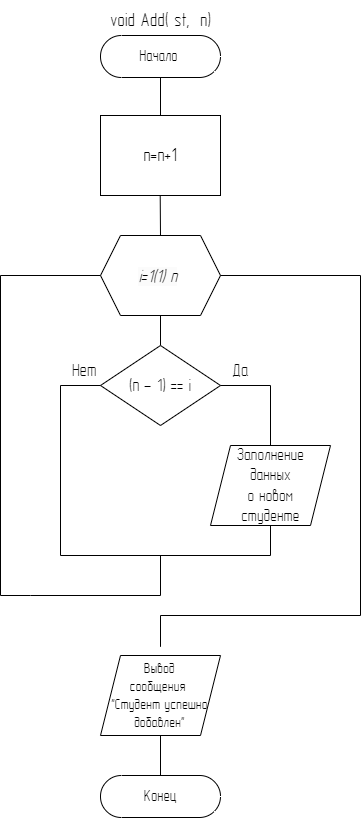
The draw.io diagram Practika.png in KirillBaboshko/Practika, before a commit. Source tidied: cells renumbered, new cells last; positions are measured from the earlier drawing's top-left corner, leaving out a move shared by most shapes.
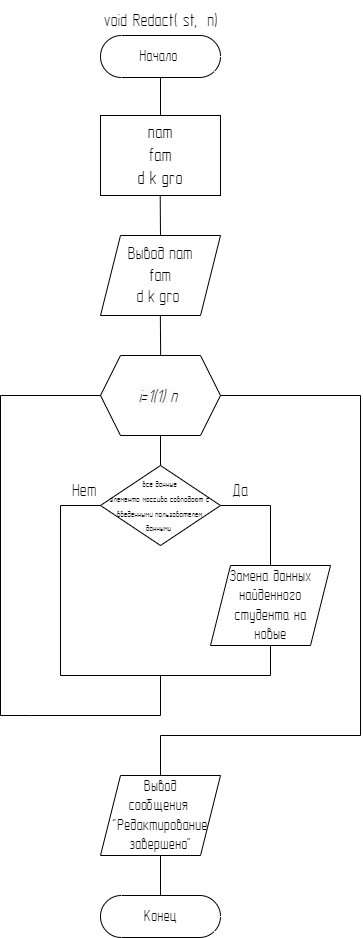
The same file after the commit.

Diff of the diagram source:
```diff
@@ -3,11 +3,11 @@
     <mxCell id="0" />
     <mxCell id="1" parent="0" />
     <mxCell id="2" value="&lt;font style=&quot;font-size: 16px;&quot;&gt;Начало&amp;nbsp;&lt;/font&gt;" style="html=1;dashed=0;whiteSpace=wrap;shape=mxgraph.dfd.start;fontFamily=GOST type A;" parent="1" vertex="1">
-      <mxGeometry x="100" y="35" width="120" height="42" as="geometry" />
+      <mxGeometry x="100" y="-85" width="120" height="42" as="geometry" />
     </mxCell>
     <mxCell id="3" style="endArrow=none;html=1;rounded=0;entryX=0.5;entryY=0.5;entryDx=0;entryDy=21;entryPerimeter=0;" parent="1" edge="1" target="2">
       <mxGeometry relative="1" as="geometry">
-        <mxPoint x="160" y="115" as="sourcePoint" />
+        <mxPoint x="160" y="-5" as="sourcePoint" />
       </mxGeometry>
     </mxCell>
     <mxCell id="4" value="&lt;font style=&quot;font-size: 18px;&quot;&gt;&lt;font style=&quot;font-size: 18px;&quot; face=&quot;GOST Type A&quot;&gt;&lt;i style=&quot;border-color: var(--border-color); color: rgb(0, 0, 0); font-variant-ligatures: normal; font-variant-caps: normal; font-weight: 400; letter-spacing: normal; orphans: 2; text-align: center; text-indent: 0px; text-transform: none; widows: 2; word-spacing: 0px; -webkit-text-stroke-width: 0px; background-color: rgb(251, 251, 251); text-decoration-thickness: initial; text-decoration-style: initial; text-decoration-color: initial;&quot;&gt;i=1(1) n&lt;/i&gt;&lt;/font&gt;&lt;font style=&quot;font-size: 18px;&quot; face=&quot;GOST Type A&quot;&gt;&lt;i&gt;&amp;nbsp;&lt;/i&gt;&lt;/font&gt;&lt;/font&gt;" style="shape=hexagon;perimeter=hexagonPerimeter2;whiteSpace=wrap;html=1;fixedSize=1;fontSize=20;" parent="1" vertex="1">
@@ -28,9 +28,8 @@
         </Array>
       </mxGeometry>
     </mxCell>
-    <mxCell id="7" style="endArrow=none;html=1;rounded=0;entryX=1;entryY=0.5;entryDx=0;entryDy=0;" parent="1" edge="1" target="4">
+    <mxCell id="7" style="endArrow=none;html=1;rounded=0;entryX=1;entryY=0.5;entryDx=0;entryDy=0;exitX=0.5;exitY=0;exitDx=0;exitDy=0;" parent="1" edge="1" source="22" target="4">
       <mxGeometry relative="1" as="geometry">
-        <mxPoint x="160" y="646.3" as="sourcePoint" />
         <Array as="points">
           <mxPoint x="160" y="615" />
           <mxPoint x="360" y="615" />
@@ -46,18 +45,19 @@
     <mxCell id="9" value="&lt;span style=&quot;font-size: 16px;&quot;&gt;Конец&lt;/span&gt;" style="html=1;dashed=0;whiteSpace=wrap;shape=mxgraph.dfd.start;fontFamily=GOST type A;" parent="1" vertex="1">
       <mxGeometry x="100" y="775" width="120" height="42" as="geometry" />
     </mxCell>
-    <mxCell id="10" value="&lt;font style=&quot;font-size: 19px;&quot; face=&quot;GOST Type A&quot;&gt;void Add( st,&amp;nbsp; n)&lt;/font&gt;" style="text;html=1;align=center;verticalAlign=middle;strokeColor=none;fillColor=none;" parent="1" vertex="1">
-      <mxGeometry x="100" width="120" height="40" as="geometry" />
+    <mxCell id="10" value="&lt;font style=&quot;font-size: 18px;&quot; face=&quot;GOST Type A&quot;&gt;void Redact( st,&amp;nbsp; n)&lt;/font&gt;" style="text;html=1;align=center;verticalAlign=middle;strokeColor=none;fillColor=none;" parent="1" vertex="1">
+      <mxGeometry x="90" y="-120" width="140" height="40" as="geometry" />
     </mxCell>
-    <mxCell id="11" value="&lt;div style=&quot;&quot;&gt;&lt;div style=&quot;&quot;&gt;&lt;font face=&quot;GOST Type A&quot;&gt;&lt;span style=&quot;font-size: 19px;&quot;&gt;n=n+1&lt;/span&gt;&lt;/font&gt;&lt;/div&gt;&lt;/div&gt;" style="rounded=0;whiteSpace=wrap;html=1;" parent="1" vertex="1">
-      <mxGeometry x="100" y="115" width="120" height="80" as="geometry" />
+    <mxCell id="11" value="&lt;div style=&quot;font-size: 19px;&quot;&gt;&lt;div style=&quot;&quot;&gt;&lt;div&gt;&lt;font style=&quot;font-size: 19px;&quot;&gt;nam&lt;/font&gt;&lt;/div&gt;&lt;div&gt;&lt;span style=&quot;background-color: initial;&quot;&gt;&lt;font style=&quot;font-size: 19px;&quot;&gt;fam&lt;/font&gt;&lt;/span&gt;&lt;/div&gt;&lt;div&gt;&lt;span style=&quot;background-color: initial;&quot;&gt;&lt;font style=&quot;font-size: 19px;&quot;&gt;d&amp;nbsp;&lt;/font&gt;&lt;/span&gt;&lt;span style=&quot;background-color: initial;&quot;&gt;k&amp;nbsp;&lt;/span&gt;&lt;span style=&quot;background-color: initial;&quot;&gt;gro&lt;/span&gt;&lt;/div&gt;&lt;/div&gt;&lt;/div&gt;" style="rounded=0;whiteSpace=wrap;html=1;fontFamily=GOST Type A;" parent="1" vertex="1">
+      <mxGeometry x="100" y="-5" width="120" height="80" as="geometry" />
     </mxCell>
-    <mxCell id="12" style="endArrow=none;html=1;rounded=0;entryX=0.5;entryY=0.5;entryDx=0;entryDy=21;entryPerimeter=0;exitX=0.5;exitY=0;exitDx=0;exitDy=0;" parent="1" edge="1" source="4">
+    <mxCell id="12" style="endArrow=none;html=1;rounded=0;entryX=0.5;entryY=0.5;entryDx=0;entryDy=21;entryPerimeter=0;" parent="1" edge="1">
       <mxGeometry relative="1" as="geometry">
-        <mxPoint x="159.7" y="195" as="targetPoint" />
+        <mxPoint x="160" y="115" as="sourcePoint" />
+        <mxPoint x="159.7" y="75" as="targetPoint" />
       </mxGeometry>
     </mxCell>
-    <mxCell id="13" value="&lt;font style=&quot;font-size: 18px;&quot; face=&quot;GOST Type A&quot;&gt;(n - 1) == i&lt;/font&gt;" style="rhombus;whiteSpace=wrap;html=1;" parent="1" vertex="1">
+    <mxCell id="13" value="&lt;font style=&quot;font-size: 9px;&quot;&gt;&lt;font style=&quot;font-size: 9px;&quot; face=&quot;GOST Type A&quot;&gt;все данные &lt;br&gt;элемента массива совпадают с введенными&amp;nbsp;&lt;/font&gt;&lt;span style=&quot;font-family: &amp;quot;GOST Type A&amp;quot;;&quot;&gt;пользователем&lt;/span&gt;&lt;font style=&quot;font-size: 9px;&quot; face=&quot;GOST Type A&quot;&gt;&lt;br&gt;&amp;nbsp;данными&amp;nbsp;&amp;nbsp;&lt;/font&gt;&lt;/font&gt;" style="rhombus;whiteSpace=wrap;html=1;" parent="1" vertex="1">
       <mxGeometry x="100" y="345" width="120" height="80" as="geometry" />
     </mxCell>
     <mxCell id="14" style="endArrow=none;html=1;rounded=0;entryX=0;entryY=0.5;entryDx=0;entryDy=0;" parent="1" edge="1" target="13">
@@ -83,7 +83,7 @@
     <mxCell id="17" value="&lt;font style=&quot;font-size: 18px;&quot; face=&quot;GOST Type A&quot;&gt;Да&lt;/font&gt;" style="text;html=1;strokeColor=none;fillColor=none;align=center;verticalAlign=middle;whiteSpace=wrap;rounded=0;" parent="1" vertex="1">
       <mxGeometry x="210" y="355" width="60" height="30" as="geometry" />
     </mxCell>
-    <mxCell id="18" value="&lt;font style=&quot;font-size: 17px;&quot; face=&quot;GOST Type A&quot;&gt;Заполнение &lt;br&gt;данных &lt;br&gt;о новом &lt;br&gt;студенте&lt;/font&gt;" style="shape=parallelogram;perimeter=parallelogramPerimeter;whiteSpace=wrap;html=1;fixedSize=1;" parent="1" vertex="1">
+    <mxCell id="18" value="&lt;font style=&quot;font-size: 16px;&quot; face=&quot;GOST Type A&quot;&gt;Замена данных найденного студента на &lt;br&gt;новые&lt;/font&gt;" style="shape=parallelogram;perimeter=parallelogramPerimeter;whiteSpace=wrap;html=1;fixedSize=1;" parent="1" vertex="1">
       <mxGeometry x="210" y="445" width="120" height="80" as="geometry" />
     </mxCell>
     <mxCell id="19" style="endArrow=none;html=1;rounded=0;entryX=0.5;entryY=1;entryDx=0;entryDy=0;" parent="1" edge="1" target="18">
@@ -103,8 +103,17 @@
         <mxPoint x="160" y="555" as="targetPoint" />
       </mxGeometry>
     </mxCell>
-    <mxCell id="22" value="&lt;font style=&quot;font-size: 15px;&quot; face=&quot;GOST Type A&quot;&gt;Вывод &lt;br&gt;сообщения&amp;nbsp;&lt;br&gt;&quot;Студент успешно добавлен&quot;&lt;/font&gt;" style="shape=parallelogram;perimeter=parallelogramPerimeter;whiteSpace=wrap;html=1;fixedSize=1;" parent="1" vertex="1">
+    <mxCell id="22" value="&lt;font style=&quot;font-size: 16px;&quot;&gt;Вывод &lt;br&gt;&lt;span style=&quot;&quot;&gt;сообщения&amp;nbsp;&lt;/span&gt;&lt;br&gt;&lt;span style=&quot;&quot;&gt;&quot;Редактирование завершено&quot;&lt;/span&gt;&lt;br&gt;&lt;/font&gt;" style="shape=parallelogram;perimeter=parallelogramPerimeter;whiteSpace=wrap;html=1;fixedSize=1;fontFamily=GOST Type A;" parent="1" vertex="1">
       <mxGeometry x="100" y="655" width="120" height="80" as="geometry" />
     </mxCell>
+    <mxCell id="23" value="&lt;font style=&quot;font-size: 18px;&quot;&gt;&lt;font style=&quot;font-size: 18px;&quot;&gt;Вывод&amp;nbsp;&lt;/font&gt;nam&lt;/font&gt;&lt;div style=&quot;border-color: var(--border-color); font-size: 18px;&quot;&gt;&lt;span style=&quot;border-color: var(--border-color); background-color: initial;&quot;&gt;&lt;font style=&quot;font-size: 18px;&quot;&gt;fam&lt;/font&gt;&lt;/span&gt;&lt;/div&gt;&lt;font style=&quot;font-size: 18px;&quot;&gt;&lt;span style=&quot;background-color: initial; border-color: var(--border-color);&quot;&gt;d&amp;nbsp;&lt;/span&gt;&lt;span style=&quot;background-color: initial; border-color: var(--border-color);&quot;&gt;k&amp;nbsp;&lt;/span&gt;&lt;span style=&quot;background-color: initial; border-color: var(--border-color);&quot;&gt;gro&lt;/span&gt;&lt;font style=&quot;font-size: 18px;&quot;&gt;&amp;nbsp;&lt;/font&gt;&lt;/font&gt;" style="shape=parallelogram;perimeter=parallelogramPerimeter;whiteSpace=wrap;html=1;fixedSize=1;fontFamily=GOST Type A;" parent="1" vertex="1">
+      <mxGeometry x="100" y="115" width="120" height="80" as="geometry" />
+    </mxCell>
+    <mxCell id="24" style="endArrow=none;html=1;rounded=0;entryX=0.5;entryY=0.5;entryDx=0;entryDy=21;entryPerimeter=0;" parent="1" edge="1">
+      <mxGeometry relative="1" as="geometry">
+        <mxPoint x="160.1" y="235" as="sourcePoint" />
+        <mxPoint x="159.9" y="195" as="targetPoint" />
+      </mxGeometry>
+    </mxCell>
   </root>
 </mxGraphModel>
```
